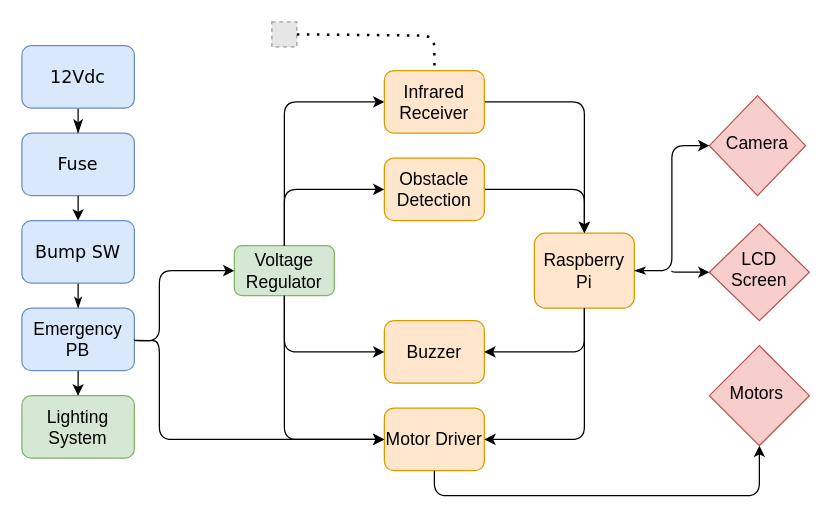
Above: Poster Block Diagram.drawio in hoang22k/Capstone_Diagram (draw.io), before the change. Source tidied: cells renumbered, new cells numbered last; positions are measured from the earlier drawing's top-left corner, leaving out a move shared by most shapes. Both pictures are drawn from the tidied source at 125%, with x=0, y=0 at pixel (21, 21). Pictures stored in the file or linked from it are replaced by grey dashed boxes.
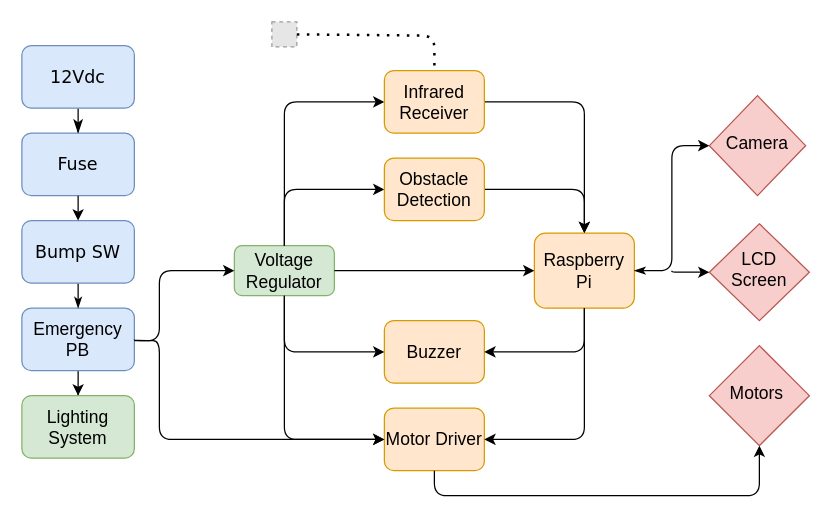
After the change.

The change refers to these unchanged cells:
```xml
<mxCell id="4" value="Voltage Regulator" style="rounded=1;whiteSpace=wrap;html=1;fontSize=14;glass=0;strokeWidth=1;shadow=0;fillColor=#d5e8d4;strokeColor=#82b366;fontStyle=0;" parent="1" vertex="1">
  <mxGeometry x="170" y="179" width="80" height="40" as="geometry" />
</mxCell>
<mxCell id="8" value="Raspberry Pi" style="rounded=1;whiteSpace=wrap;html=1;fontSize=14;glass=0;strokeWidth=1;shadow=0;fillColor=#ffe6cc;strokeColor=#d79b00;fontStyle=0;" parent="1" vertex="1">
  <mxGeometry x="410" y="169" width="80" height="60" as="geometry" />
</mxCell>
```

Diff of the diagram source:
```diff
@@
+    <mxCell id="35" style="endArrow=classic;html=1;entryX=0;entryY=0.5;entryDx=0;entryDy=0;exitX=1;exitY=0.5;exitDx=0;exitDy=0;" parent="1" edge="1" source="4" target="8">
+      <mxGeometry relative="1" as="geometry" />
+    </mxCell>
```
